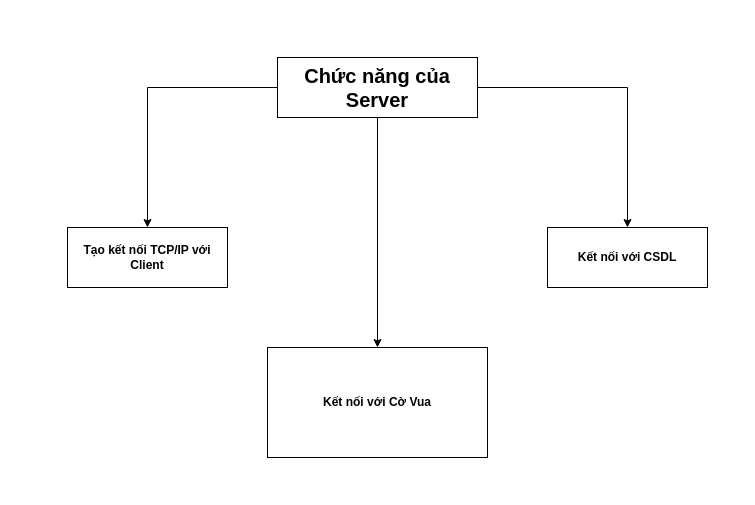
Above: page "Server" (2 of 4) of Đồ án/Draw.io/Group 9 - Chess Game.drawio in shiroizdabezt/Group09-ltmcb (draw.io), before the change. Source tidied: cells renumbered, new cells numbered last; positions are measured from the earlier drawing's top-left corner, leaving out a move shared by most shapes. Both pictures are drawn from the tidied source at 100%, with x=0, y=0 at pixel (67, 57).
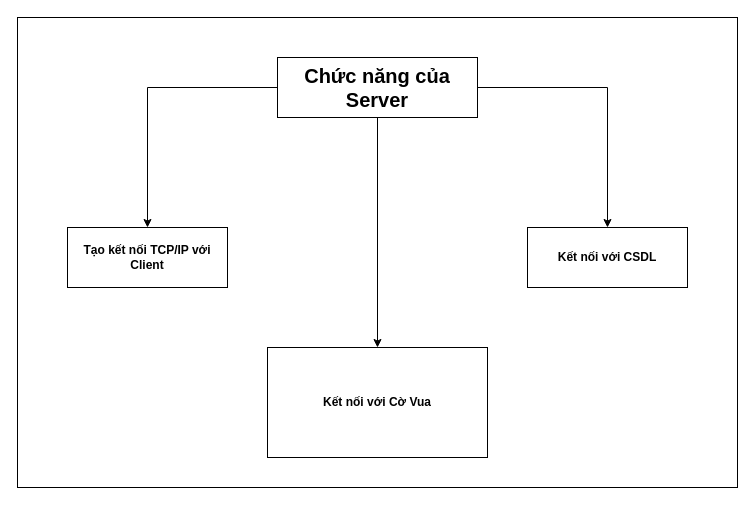
The same diagram, later.

The edit, as a diff of the source:
```diff
@@
 <mxGraphModel>
   <root>
     <mxCell id="0" />
     <mxCell id="1" parent="0" />
+    <mxCell id="9" style="rounded=0;whiteSpace=wrap;html=1;" parent="1" vertex="1">
+      <mxGeometry x="-50" y="-40" width="720" height="470" as="geometry" />
+    </mxCell>
     <mxCell id="2" style="edgeStyle=orthogonalEdgeStyle;rounded=0;jettySize=auto;html=1;" parent="1" edge="1" source="5" target="6">
       <mxGeometry relative="1" as="geometry" />
     </mxCell>
     <mxCell id="3" style="edgeStyle=orthogonalEdgeStyle;rounded=0;jettySize=auto;html=1;" parent="1" edge="1" source="5" target="7">
       <mxGeometry relative="1" as="geometry" />
     </mxCell>
     <mxCell id="4" style="edgeStyle=orthogonalEdgeStyle;rounded=0;jettySize=auto;html=1;exitX=0.5;exitY=1;exitDx=0;exitDy=0;entryX=0.5;entryY=0;entryDx=0;entryDy=0;" parent="1" edge="1" source="5" target="8">
       <mxGeometry relative="1" as="geometry" />
     </mxCell>
     <mxCell id="5" value="&lt;font style=&quot;font-size: 20px;&quot;&gt;&lt;b&gt;Chức năng của Server&lt;br&gt;&lt;/b&gt;&lt;/font&gt;" style="rounded=0;whiteSpace=wrap;html=1;" parent="1" vertex="1">
       <mxGeometry x="210" width="200" height="60" as="geometry" />
     </mxCell>
     <mxCell id="6" value="&lt;b&gt;Tạo kết nối TCP/IP với Client&lt;br&gt;&lt;/b&gt;" style="rounded=0;whiteSpace=wrap;html=1;" parent="1" vertex="1">
       <mxGeometry y="170" width="160" height="60" as="geometry" />
     </mxCell>
     <mxCell id="7" value="&lt;b&gt;Kết nối với CSDL&lt;br&gt;&lt;/b&gt;" style="rounded=0;whiteSpace=wrap;html=1;" parent="1" vertex="1">
-      <mxGeometry x="480" y="170" width="160" height="60" as="geometry" />
+      <mxGeometry x="460" y="170" width="160" height="60" as="geometry" />
     </mxCell>
     <mxCell id="8" value="&lt;b&gt;Kết nối với Cờ Vua&lt;/b&gt;" style="rounded=0;whiteSpace=wrap;html=1;" parent="1" vertex="1">
       <mxGeometry x="200" y="290" width="220" height="110" as="geometry" />
     </mxCell>
   </root>
 </mxGraphModel>
```
